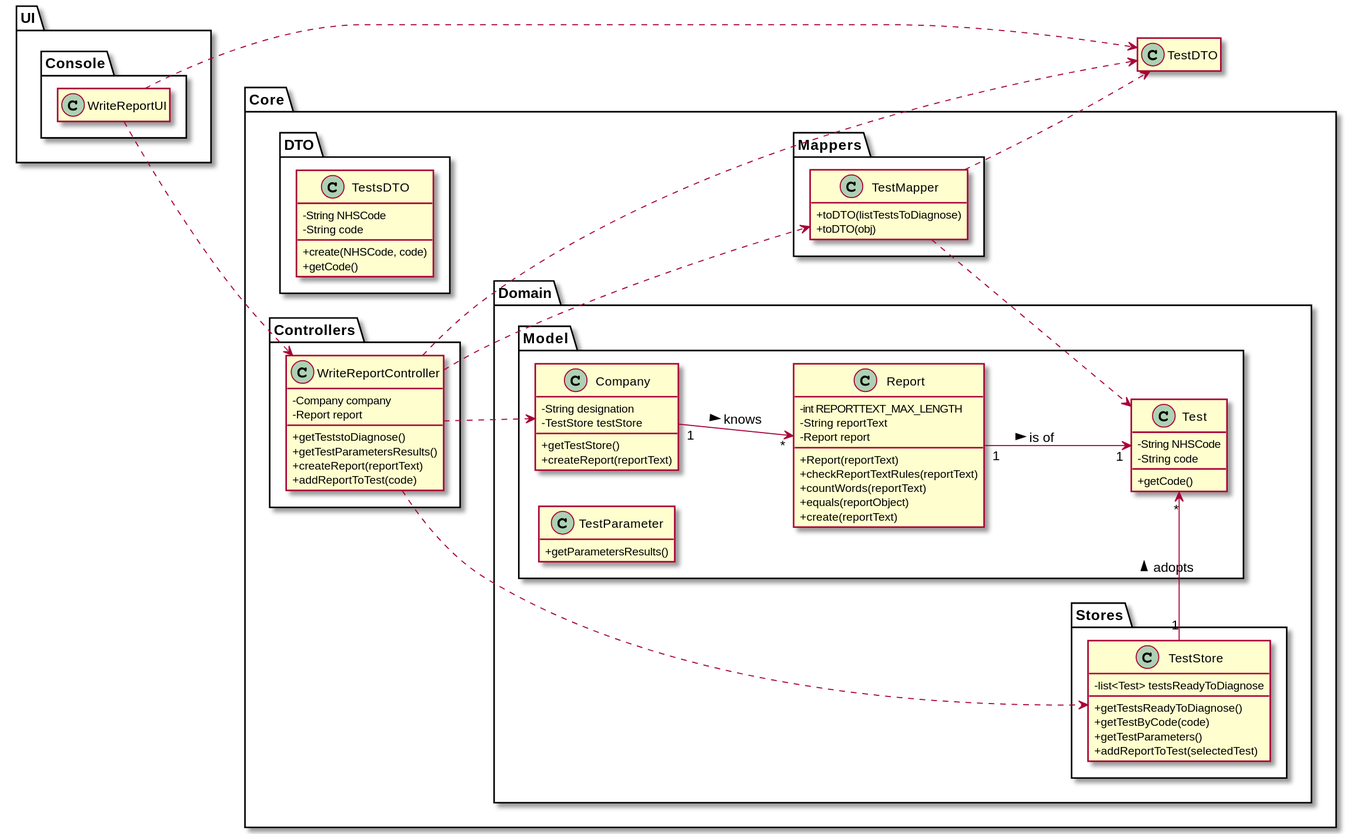
Earlier version of the PlantUML export docs/SprintC/US_14/US014_CD.svg (ana-albergaria/LAPR2-ISEP).
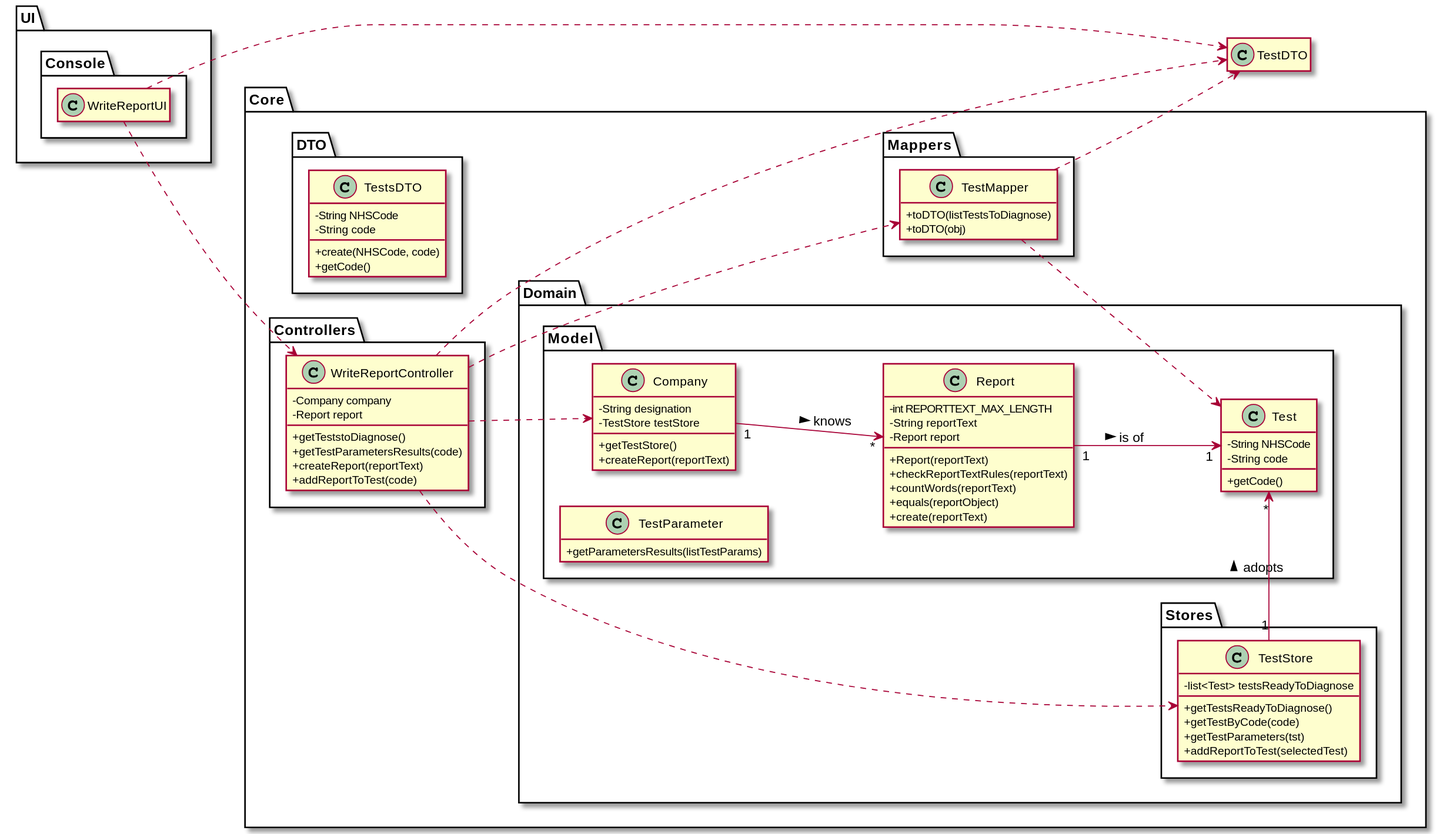
After the commit.

Commit message:
Updated US14 SD, Updated US14 CD and Continued US14 Code.

Diff of the diagram source:
```diff
@@ -35,7 +35,7 @@
 }
 
 class TestParameter {
-    +getParametersResults()
+    +getParametersResults(listTestParams)
 }
 
 }
@@ -46,7 +46,7 @@
     -list<Test> testsReadyToDiagnose
     +getTestsReadyToDiagnose()
     +getTestByCode(code)
-    +getTestParameters()
+    +getTestParameters(tst)
     +addReportToTest(selectedTest)
 }
 
@@ -80,7 +80,7 @@
     -Company company
     -Report report
     +getTeststoDiagnose()
-    +getTestParametersResults()
+    +getTestParametersResults(code)
     +createReport(reportText)
     +addReportToTest(code)
 }
```
